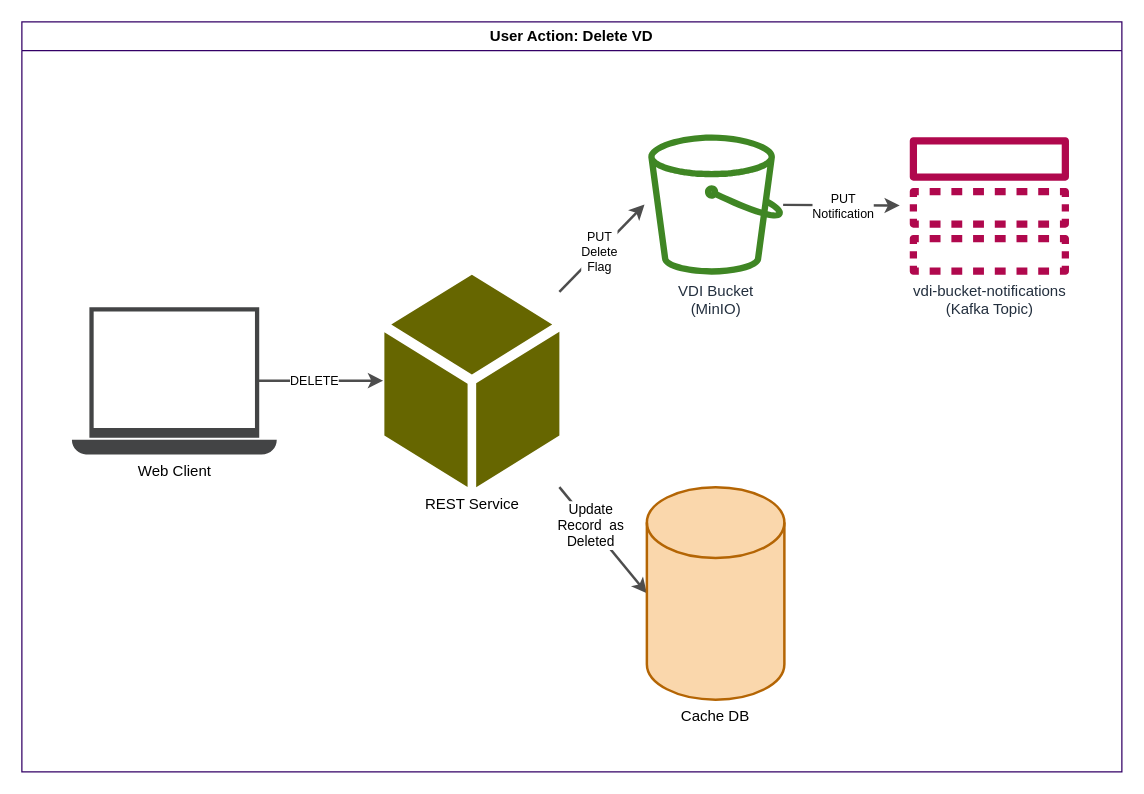
The draw.io diagram page "user-action-delete" (5 of 10) of docs/design/1.0/diagrams/vdi.drawio in VEuPathDB/VDI, before the edit. Source tidied: cells renumbered, new cells numbered last; positions are measured from the earlier drawing's top-left corner, leaving out a move shared by most shapes. Both pictures are drawn from the tidied source at 125%, with x=0, y=0 at pixel (21, 21).
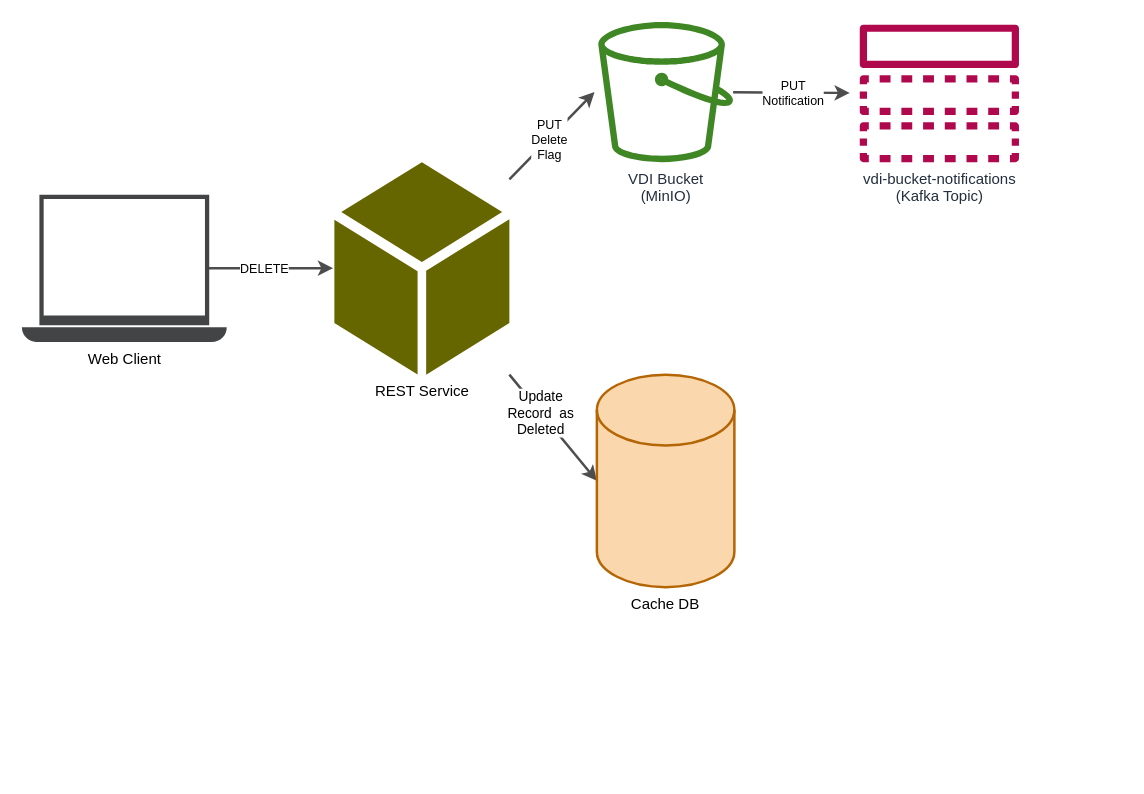
After the change.

Diff of the diagram source:
```diff
@@
 <mxGraphModel>
   <root>
     <mxCell id="0" />
     <mxCell id="1" parent="0" />
-    <mxCell id="2" value="User Action: Delete VD" style="swimlane;whiteSpace=wrap;html=1;strokeColor=#330066;" parent="1" vertex="1">
-      <mxGeometry width="880" height="600" as="geometry" />
-    </mxCell>
-    <mxCell id="3" style="edgeStyle=none;rounded=0;orthogonalLoop=1;jettySize=auto;html=1;strokeColor=#4D4D4D;strokeWidth=2;targetPerimeterSpacing=8;" parent="2" edge="1">
-      <mxGeometry relative="1" as="geometry">
-        <mxPoint x="189" y="287" as="sourcePoint" />
-        <mxPoint x="289" y="287" as="targetPoint" />
-      </mxGeometry>
-    </mxCell>
+    <mxCell id="16" style="edgeStyle=none;rounded=0;orthogonalLoop=1;jettySize=auto;html=1;strokeColor=#4D4D4D;strokeWidth=2;targetPerimeterSpacing=8;" parent="1" edge="1">
+      <mxGeometry relative="1" as="geometry">
+        <mxPoint x="149" y="197" as="sourcePoint" />
+        <mxPoint x="249" y="197" as="targetPoint" />
+      </mxGeometry>
+    </mxCell>
-    <mxCell id="4" value="&lt;div&gt;&lt;span style=&quot;font-size: 10px;&quot;&gt;DELETE&lt;/span&gt;&lt;/div&gt;" style="edgeLabel;html=1;align=center;verticalAlign=middle;" parent="3" vertex="1">
+    <mxCell id="4" value="&lt;div&gt;&lt;span style=&quot;font-size: 10px;&quot;&gt;DELETE&lt;/span&gt;&lt;/div&gt;" style="edgeLabel;html=1;align=center;verticalAlign=middle;" parent="16" vertex="1">
       <mxGeometry x="-0.13" y="1" relative="1" as="geometry" />
     </mxCell>
-    <mxCell id="5" value="Web Client" style="sketch=0;shadow=0;dashed=0;html=1;strokeColor=none;fillColor=#434445;labelPosition=center;verticalLabelPosition=bottom;verticalAlign=top;align=center;shape=mxgraph.vvd.laptop;" parent="2" vertex="1">
-      <mxGeometry x="40" y="228.2" width="163.9" height="118" as="geometry" />
+    <mxCell id="5" value="Web Client" style="sketch=0;shadow=0;dashed=0;html=1;strokeColor=none;fillColor=#434445;labelPosition=center;verticalLabelPosition=bottom;verticalAlign=top;align=center;shape=mxgraph.vvd.laptop;" parent="1" vertex="1">
+      <mxGeometry y="138.2" width="163.9" height="118" as="geometry" />
     </mxCell>
-    <mxCell id="6" style="rounded=0;orthogonalLoop=1;jettySize=auto;html=1;strokeColor=#4D4D4D;strokeWidth=2;targetPerimeterSpacing=8;" parent="2" edge="1">
-      <mxGeometry relative="1" as="geometry">
-        <mxPoint x="430" y="216" as="sourcePoint" />
-        <mxPoint x="498.1" y="146.1" as="targetPoint" />
-      </mxGeometry>
-    </mxCell>
+    <mxCell id="17" style="rounded=0;orthogonalLoop=1;jettySize=auto;html=1;strokeColor=#4D4D4D;strokeWidth=2;targetPerimeterSpacing=8;" parent="1" edge="1">
+      <mxGeometry relative="1" as="geometry">
+        <mxPoint x="390" y="126" as="sourcePoint" />
+        <mxPoint x="458.1" y="56.1" as="targetPoint" />
+      </mxGeometry>
+    </mxCell>
-    <mxCell id="7" value="&lt;div&gt;PUT&lt;/div&gt;&lt;div&gt;Delete&lt;br&gt;&lt;/div&gt;&lt;div&gt;Flag&lt;/div&gt;" style="edgeLabel;html=1;align=center;verticalAlign=middle;fontSize=10;" parent="6" vertex="1">
+    <mxCell id="7" value="&lt;div&gt;PUT&lt;/div&gt;&lt;div&gt;Delete&lt;br&gt;&lt;/div&gt;&lt;div&gt;Flag&lt;/div&gt;" style="edgeLabel;html=1;align=center;verticalAlign=middle;fontSize=10;" parent="17" vertex="1">
       <mxGeometry x="-0.08" relative="1" as="geometry" />
     </mxCell>
-    <mxCell id="8" style="edgeStyle=none;rounded=0;jettySize=auto;html=1;strokeColor=#4D4D4D;strokeWidth=2;targetPerimeterSpacing=8;" parent="2" edge="1" source="10" target="11">
+    <mxCell id="8" style="edgeStyle=none;rounded=0;jettySize=auto;html=1;strokeColor=#4D4D4D;strokeWidth=2;targetPerimeterSpacing=8;" parent="1" edge="1" source="10" target="11">
       <mxGeometry relative="1" as="geometry" />
     </mxCell>
     <mxCell id="9" value="&lt;div&gt;PUT&lt;/div&gt;&lt;div&gt;Notification&lt;br&gt;&lt;/div&gt;" style="edgeLabel;html=1;align=center;verticalAlign=middle;fontSize=10;" parent="8" vertex="1">
       <mxGeometry x="-0.13" relative="1" as="geometry">
         <mxPoint x="7" as="offset" />
       </mxGeometry>
     </mxCell>
-    <mxCell id="10" value="VDI Bucket&lt;br&gt;(MinIO)" style="sketch=0;outlineConnect=0;fontColor=#232F3E;gradientColor=none;fillColor=#3F8624;strokeColor=none;dashed=0;verticalLabelPosition=bottom;verticalAlign=top;align=center;html=1;fontSize=12;fontStyle=0;shape=mxgraph.aws4.bucket;" parent="2" vertex="1">
-      <mxGeometry x="501.1" y="90" width="107.9" height="112.2" as="geometry" />
+    <mxCell id="10" value="VDI Bucket&lt;br&gt;(MinIO)" style="sketch=0;outlineConnect=0;fontColor=#232F3E;gradientColor=none;fillColor=#3F8624;strokeColor=none;dashed=0;verticalLabelPosition=bottom;verticalAlign=top;align=center;html=1;fontSize=12;fontStyle=0;shape=mxgraph.aws4.bucket;" parent="1" vertex="1">
+      <mxGeometry x="461.1" width="107.9" height="112.2" as="geometry" />
     </mxCell>
-    <mxCell id="11" value="vdi-bucket-notifications&lt;br&gt;(Kafka Topic)" style="sketch=0;outlineConnect=0;fontColor=#232F3E;gradientColor=none;fillColor=#B0084D;strokeColor=none;dashed=0;verticalLabelPosition=bottom;verticalAlign=top;align=center;html=1;fontSize=12;fontStyle=0;shape=mxgraph.aws4.topic;" parent="2" vertex="1">
-      <mxGeometry x="710" y="92.3" width="128" height="110" as="geometry" />
+    <mxCell id="11" value="vdi-bucket-notifications&lt;br&gt;(Kafka Topic)" style="sketch=0;outlineConnect=0;fontColor=#232F3E;gradientColor=none;fillColor=#B0084D;strokeColor=none;dashed=0;verticalLabelPosition=bottom;verticalAlign=top;align=center;html=1;fontSize=12;fontStyle=0;shape=mxgraph.aws4.topic;" parent="1" vertex="1">
+      <mxGeometry x="670" y="2.2" width="128" height="110" as="geometry" />
     </mxCell>
-    <mxCell id="12" style="edgeStyle=none;rounded=0;jettySize=auto;html=1;entryX=0;entryY=0.5;entryDx=0;entryDy=0;entryPerimeter=0;strokeColor=#4D4D4D;strokeWidth=2;" parent="2" edge="1" source="14" target="15">
+    <mxCell id="12" style="edgeStyle=none;rounded=0;jettySize=auto;html=1;entryX=0;entryY=0.5;entryDx=0;entryDy=0;entryPerimeter=0;strokeColor=#4D4D4D;strokeWidth=2;" parent="1" edge="1" source="14" target="15">
       <mxGeometry relative="1" as="geometry" />
     </mxCell>
     <mxCell id="13" value="Update&lt;br&gt;Record&amp;nbsp; as&lt;br&gt;Deleted" style="edgeLabel;html=1;align=center;verticalAlign=middle;" parent="12" vertex="1">
       <mxGeometry x="-0.29" y="-1" relative="1" as="geometry" />
     </mxCell>
-    <mxCell id="14" value="REST Service" style="sketch=0;shadow=0;dashed=0;html=1;strokeColor=none;fillColor=#666600;labelPosition=center;verticalLabelPosition=bottom;verticalAlign=top;outlineConnect=0;align=center;shape=mxgraph.office.concepts.node_generic;" parent="2" vertex="1">
-      <mxGeometry x="290" y="202.2" width="140" height="170" as="geometry" />
+    <mxCell id="14" value="REST Service" style="sketch=0;shadow=0;dashed=0;html=1;strokeColor=none;fillColor=#666600;labelPosition=center;verticalLabelPosition=bottom;verticalAlign=top;outlineConnect=0;align=center;shape=mxgraph.office.concepts.node_generic;" parent="1" vertex="1">
+      <mxGeometry x="250" y="112.2" width="140" height="170" as="geometry" />
     </mxCell>
-    <mxCell id="15" value="Cache DB" style="strokeWidth=2;html=1;shape=mxgraph.flowchart.database;whiteSpace=wrap;labelPosition=center;verticalLabelPosition=bottom;align=center;verticalAlign=top;fillColor=#fad7ac;strokeColor=#b46504;" parent="2" vertex="1">
-      <mxGeometry x="500" y="372.2" width="110" height="170" as="geometry" />
+    <mxCell id="15" value="Cache DB" style="strokeWidth=2;html=1;shape=mxgraph.flowchart.database;whiteSpace=wrap;labelPosition=center;verticalLabelPosition=bottom;align=center;verticalAlign=top;fillColor=#fad7ac;strokeColor=#b46504;" parent="1" vertex="1">
+      <mxGeometry x="460" y="282.2" width="110" height="170" as="geometry" />
     </mxCell>
   </root>
 </mxGraphModel>
```
